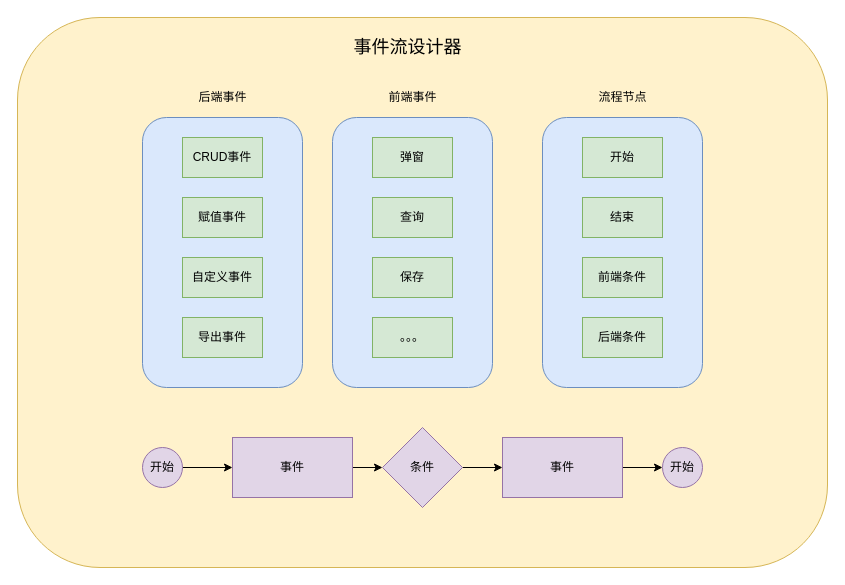
This is eventEngine.drawio from eru97/draw-io, a draw.io file, before an edit. Source tidied: cells renumbered, new cells numbered last; positions are measured from the earlier drawing's top-left corner, leaving out a move shared by most shapes. Both pictures are drawn from the tidied source at 100%, with x=0, y=0 at pixel (17, 17).
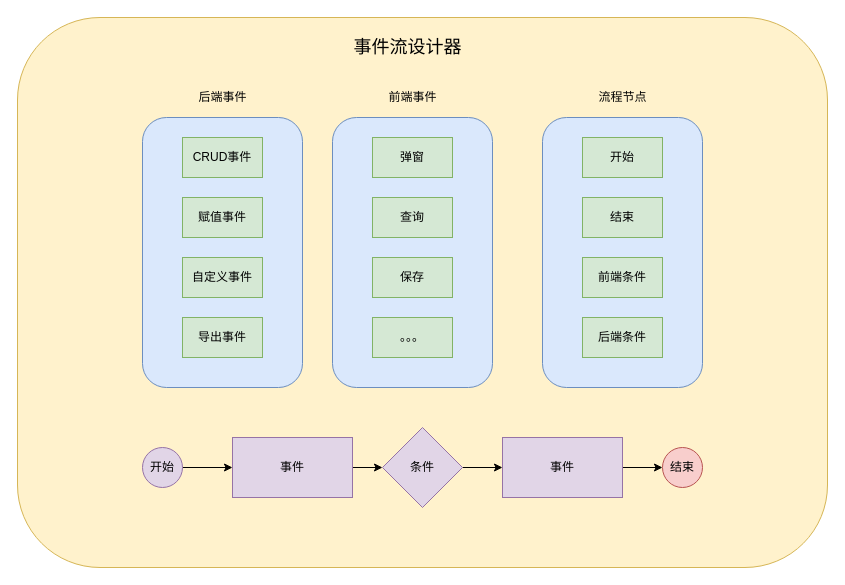
The same page after the edit.

Diff of the diagram source:
```diff
@@
-    <mxCell id="30" value="开始" style="ellipse;whiteSpace=wrap;html=1;fillColor=#e1d5e7;strokeColor=#9673a6;" parent="1" vertex="1">
+    <mxCell id="30" value="结束" style="ellipse;whiteSpace=wrap;html=1;fillColor=#f8cecc;strokeColor=#b85450;" parent="1" vertex="1">
       <mxGeometry x="645" y="430" width="40" height="40" as="geometry" />
     </mxCell>
```
